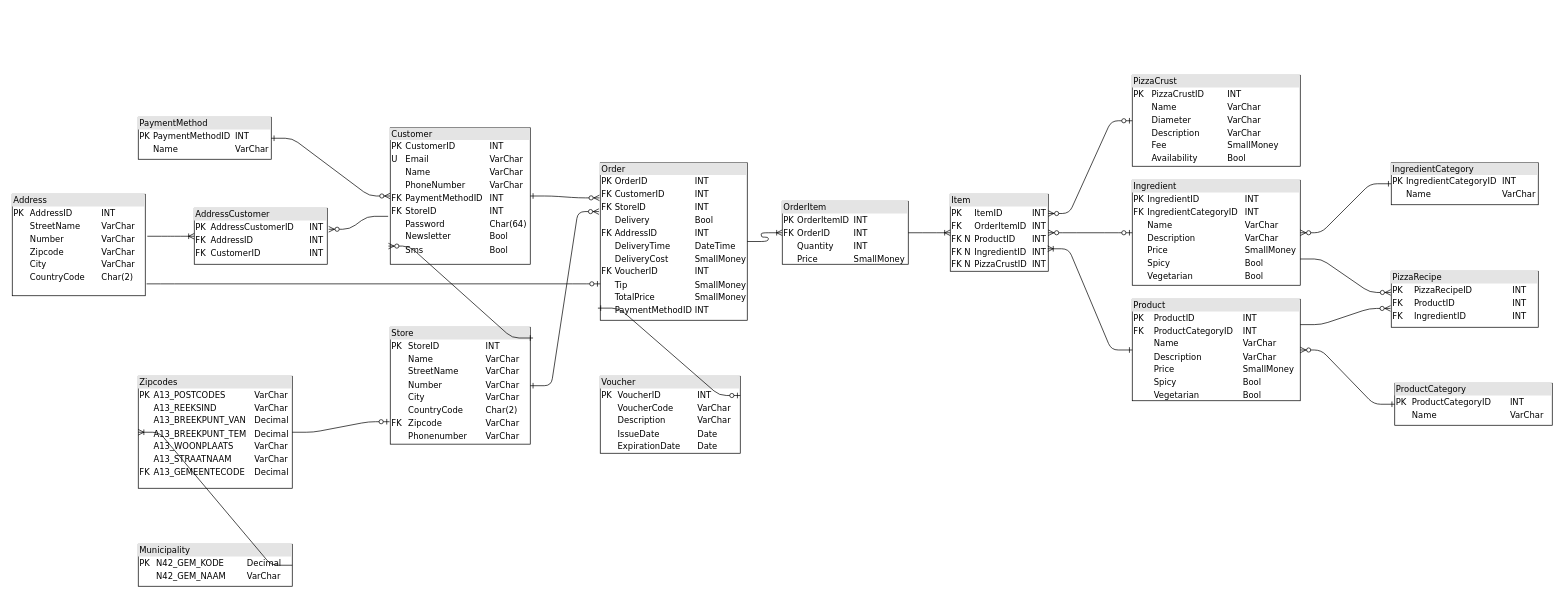
Before: DBO_huidige_situatie.drawio in SlatanEnLexSemester4/Mario-Pizza-Case, a draw.io diagram. Source tidied: cells renumbered, new cells numbered last; positions are measured from the earlier drawing's top-left corner, leaving out a move shared by most shapes. Both pictures are drawn from the tidied source at 70%, with x=0, y=0 at pixel (12, 75).
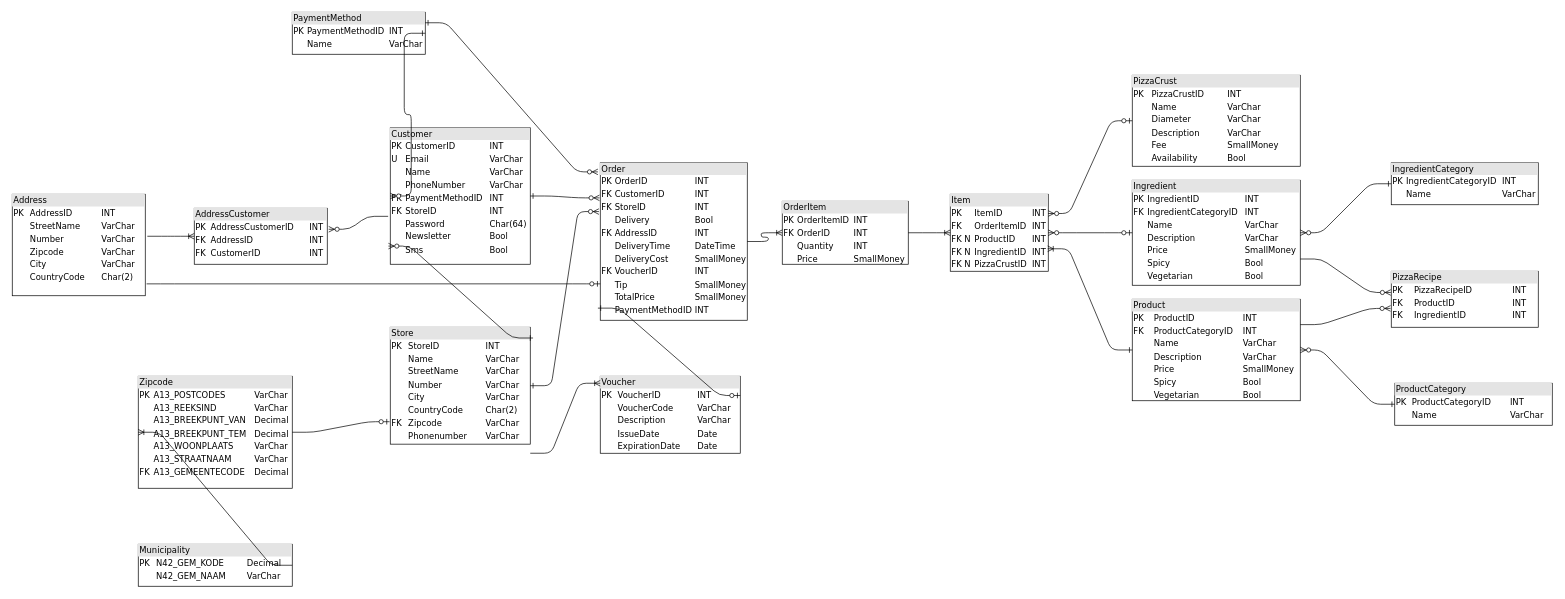
After the change.

The change refers to these unchanged cells:
```xml
<mxCell id="14" value="&lt;div style=&quot;box-sizing: border-box ; width: 100% ; background: #e4e4e4 ; padding: 2px&quot;&gt;Order&lt;br&gt;&lt;/div&gt;&lt;table style=&quot;width: 100% ; font-size: 1em&quot; cellspacing=&quot;0&quot; cellpadding=&quot;2&quot;&gt;&lt;tbody&gt;&lt;tr&gt;&lt;td&gt;PK&lt;/td&gt;&lt;td&gt;OrderID&lt;br&gt;&lt;/td&gt;&lt;td&gt;INT&lt;/td&gt;&lt;/tr&gt;&lt;tr&gt;&lt;td&gt;FK&lt;/td&gt;&lt;td&gt;CustomerID&lt;br&gt;&lt;/td&gt;&lt;td&gt;INT&lt;/td&gt;&lt;/tr&gt;&lt;tr&gt;&lt;td&gt;FK&lt;/td&gt;&lt;td&gt;StoreID&lt;/td&gt;&lt;td&gt;INT&lt;/td&gt;&lt;/tr&gt;&lt;tr&gt;&lt;td&gt;&lt;br&gt;&lt;/td&gt;&lt;td&gt;Delivery&lt;/td&gt;&lt;td&gt;Bool&lt;/td&gt;&lt;/tr&gt;&lt;tr&gt;&lt;td&gt;FK&lt;/td&gt;&lt;td&gt;AddressID&lt;/td&gt;&lt;td&gt;INT&lt;/td&gt;&lt;/tr&gt;&lt;tr&gt;&lt;td&gt;&lt;br&gt;&lt;/td&gt;&lt;td&gt;DeliveryTime&lt;/td&gt;&lt;td&gt;DateTime&lt;/td&gt;&lt;/tr&gt;&lt;tr&gt;&lt;td&gt;&lt;br&gt;&lt;/td&gt;&lt;td&gt;DeliveryCost&lt;/td&gt;&lt;td&gt;SmallMoney&lt;/td&gt;&lt;/tr&gt;&lt;tr&gt;&lt;td&gt;FK&lt;/td&gt;&lt;td&gt;VoucherID&lt;/td&gt;&lt;td&gt;INT&lt;/td&gt;&lt;/tr&gt;&lt;tr&gt;&lt;td&gt;&lt;br&gt;&lt;/td&gt;&lt;td&gt;Tip&lt;/td&gt;&lt;td&gt;SmallMoney&lt;br&gt;&lt;/td&gt;&lt;/tr&gt;&lt;tr&gt;&lt;td&gt;&lt;br&gt;&lt;/td&gt;&lt;td&gt;TotalPrice&lt;br&gt;&lt;/td&gt;&lt;td&gt;SmallMoney&lt;br&gt;&lt;/td&gt;&lt;/tr&gt;&lt;tr&gt;&lt;td&gt;&lt;br&gt;&lt;/td&gt;&lt;td&gt;PaymentMethodID&lt;/td&gt;&lt;td&gt;INT&lt;br&gt;&lt;/td&gt;&lt;/tr&gt;&lt;/tbody&gt;&lt;/table&gt;" style="verticalAlign=top;align=left;overflow=fill;html=1;rounded=0;shadow=0;comic=0;labelBackgroundColor=none;strokeWidth=1;fontFamily=Verdana;fontSize=12;" parent="1" vertex="1">
  <mxGeometry x="840" y="125" width="210" height="225" as="geometry" />
</mxCell>
```

Change to the diagram source:
```diff
@@
-    <mxCell id="6" value="&lt;div style=&quot;box-sizing: border-box ; width: 100% ; background: #e4e4e4 ; padding: 2px&quot;&gt;Zipcodes&lt;br&gt;&lt;/div&gt;&lt;table style=&quot;width: 100% ; font-size: 1em&quot; cellspacing=&quot;0&quot; cellpadding=&quot;2&quot;&gt;&lt;tbody&gt;&lt;tr&gt;&lt;td&gt;PK&lt;/td&gt;&lt;td&gt;A13_POSTCODES&lt;br&gt;&lt;/td&gt;&lt;td&gt;VarChar&lt;/td&gt;&lt;/tr&gt;&lt;tr&gt;&lt;td&gt;&lt;br&gt;&lt;/td&gt;&lt;td&gt;A13_REEKSIND&lt;br&gt;&lt;/td&gt;&lt;td&gt;VarChar&lt;br&gt;&lt;/td&gt;&lt;/tr&gt;&lt;tr&gt;&lt;td&gt;&lt;br&gt;&lt;/td&gt;&lt;td&gt;A13_BREEKPUNT_VAN&lt;br&gt;&lt;/td&gt;&lt;td&gt;Decimal&lt;br&gt;&lt;/td&gt;&lt;/tr&gt;&lt;tr&gt;&lt;td&gt;&lt;br&gt;&lt;/td&gt;&lt;td&gt;A13_BREEKPUNT_TEM&lt;br&gt;&lt;/td&gt;&lt;td&gt;Decimal&lt;br&gt;&lt;/td&gt;&lt;/tr&gt;&lt;tr&gt;&lt;td&gt;&lt;br&gt;&lt;/td&gt;&lt;td&gt;A13_WOONPLAATS&lt;br&gt;&lt;/td&gt;&lt;td&gt;VarChar&lt;br&gt;&lt;/td&gt;&lt;/tr&gt;&lt;tr&gt;&lt;td&gt;&lt;br&gt;&lt;/td&gt;&lt;td&gt;A13_STRAATNAAM&lt;br&gt;&lt;/td&gt;&lt;td&gt;VarChar&lt;br&gt;&lt;/td&gt;&lt;/tr&gt;&lt;tr&gt;&lt;td&gt;FK&lt;/td&gt;&lt;td&gt;A13_GEMEENTECODE&lt;br&gt;&lt;/td&gt;&lt;td&gt;Decimal&lt;/td&gt;&lt;/tr&gt;&lt;tr&gt;&lt;td&gt;&lt;br&gt;&lt;/td&gt;&lt;td&gt;&lt;br&gt;&lt;/td&gt;&lt;td&gt;&lt;br&gt;&lt;/td&gt;&lt;/tr&gt;&lt;tr&gt;&lt;td&gt;&lt;br&gt;&lt;/td&gt;&lt;td&gt;&lt;br&gt;&lt;/td&gt;&lt;td&gt;&lt;br&gt;&lt;/td&gt;&lt;/tr&gt;&lt;tr&gt;&lt;td&gt;&lt;br&gt;&lt;/td&gt;&lt;td&gt;&lt;br&gt;&lt;/td&gt;&lt;td&gt;&lt;br&gt;&lt;/td&gt;&lt;/tr&gt;&lt;tr&gt;&lt;td&gt;&lt;br&gt;&lt;/td&gt;&lt;td&gt;&lt;br&gt;&lt;/td&gt;&lt;td&gt;&lt;br&gt;&lt;/td&gt;&lt;/tr&gt;&lt;tr&gt;&lt;td&gt;&lt;br&gt;&lt;/td&gt;&lt;td&gt;&lt;br&gt;&lt;/td&gt;&lt;td&gt;&lt;br&gt;&lt;/td&gt;&lt;/tr&gt;&lt;/tbody&gt;&lt;/table&gt;" style="verticalAlign=top;align=left;overflow=fill;html=1;rounded=0;shadow=0;comic=0;labelBackgroundColor=none;strokeWidth=1;fontFamily=Verdana;fontSize=12;" parent="1" vertex="1">
+    <mxCell id="6" value="&lt;div style=&quot;box-sizing: border-box ; width: 100% ; background: #e4e4e4 ; padding: 2px&quot;&gt;Zipcode&lt;br&gt;&lt;/div&gt;&lt;table style=&quot;width: 100% ; font-size: 1em&quot; cellspacing=&quot;0&quot; cellpadding=&quot;2&quot;&gt;&lt;tbody&gt;&lt;tr&gt;&lt;td&gt;PK&lt;/td&gt;&lt;td&gt;A13_POSTCODES&lt;br&gt;&lt;/td&gt;&lt;td&gt;VarChar&lt;/td&gt;&lt;/tr&gt;&lt;tr&gt;&lt;td&gt;&lt;br&gt;&lt;/td&gt;&lt;td&gt;A13_REEKSIND&lt;br&gt;&lt;/td&gt;&lt;td&gt;VarChar&lt;br&gt;&lt;/td&gt;&lt;/tr&gt;&lt;tr&gt;&lt;td&gt;&lt;br&gt;&lt;/td&gt;&lt;td&gt;A13_BREEKPUNT_VAN&lt;br&gt;&lt;/td&gt;&lt;td&gt;Decimal&lt;br&gt;&lt;/td&gt;&lt;/tr&gt;&lt;tr&gt;&lt;td&gt;&lt;br&gt;&lt;/td&gt;&lt;td&gt;A13_BREEKPUNT_TEM&lt;br&gt;&lt;/td&gt;&lt;td&gt;Decimal&lt;br&gt;&lt;/td&gt;&lt;/tr&gt;&lt;tr&gt;&lt;td&gt;&lt;br&gt;&lt;/td&gt;&lt;td&gt;A13_WOONPLAATS&lt;br&gt;&lt;/td&gt;&lt;td&gt;VarChar&lt;br&gt;&lt;/td&gt;&lt;/tr&gt;&lt;tr&gt;&lt;td&gt;&lt;br&gt;&lt;/td&gt;&lt;td&gt;A13_STRAATNAAM&lt;br&gt;&lt;/td&gt;&lt;td&gt;VarChar&lt;br&gt;&lt;/td&gt;&lt;/tr&gt;&lt;tr&gt;&lt;td&gt;FK&lt;/td&gt;&lt;td&gt;A13_GEMEENTECODE&lt;br&gt;&lt;/td&gt;&lt;td&gt;Decimal&lt;/td&gt;&lt;/tr&gt;&lt;tr&gt;&lt;td&gt;&lt;br&gt;&lt;/td&gt;&lt;td&gt;&lt;br&gt;&lt;/td&gt;&lt;td&gt;&lt;br&gt;&lt;/td&gt;&lt;/tr&gt;&lt;tr&gt;&lt;td&gt;&lt;br&gt;&lt;/td&gt;&lt;td&gt;&lt;br&gt;&lt;/td&gt;&lt;td&gt;&lt;br&gt;&lt;/td&gt;&lt;/tr&gt;&lt;tr&gt;&lt;td&gt;&lt;br&gt;&lt;/td&gt;&lt;td&gt;&lt;br&gt;&lt;/td&gt;&lt;td&gt;&lt;br&gt;&lt;/td&gt;&lt;/tr&gt;&lt;tr&gt;&lt;td&gt;&lt;br&gt;&lt;/td&gt;&lt;td&gt;&lt;br&gt;&lt;/td&gt;&lt;td&gt;&lt;br&gt;&lt;/td&gt;&lt;/tr&gt;&lt;tr&gt;&lt;td&gt;&lt;br&gt;&lt;/td&gt;&lt;td&gt;&lt;br&gt;&lt;/td&gt;&lt;td&gt;&lt;br&gt;&lt;/td&gt;&lt;/tr&gt;&lt;/tbody&gt;&lt;/table&gt;" style="verticalAlign=top;align=left;overflow=fill;html=1;rounded=0;shadow=0;comic=0;labelBackgroundColor=none;strokeWidth=1;fontFamily=Verdana;fontSize=12;" parent="1" vertex="1">
       <mxGeometry x="180" y="430" width="220" height="160" as="geometry" />
     </mxCell>
@@
     <mxCell id="16" value="&lt;div style=&quot;box-sizing: border-box ; width: 100% ; background: #e4e4e4 ; padding: 2px&quot;&gt;PaymentMethod&lt;br&gt;&lt;/div&gt;&lt;table style=&quot;width: 100% ; font-size: 1em&quot; cellspacing=&quot;0&quot; cellpadding=&quot;2&quot;&gt;&lt;tbody&gt;&lt;tr&gt;&lt;td&gt;PK&lt;/td&gt;&lt;td&gt;PaymentMethodID&lt;br&gt;&lt;/td&gt;&lt;td&gt;INT&lt;/td&gt;&lt;/tr&gt;&lt;tr&gt;&lt;td&gt;&lt;br&gt;&lt;/td&gt;&lt;td&gt;Name&lt;br&gt;&lt;/td&gt;&lt;td&gt;VarChar&lt;/td&gt;&lt;/tr&gt;&lt;/tbody&gt;&lt;/table&gt;" style="verticalAlign=top;align=left;overflow=fill;html=1;rounded=0;shadow=0;comic=0;labelBackgroundColor=none;strokeWidth=1;fontFamily=Verdana;fontSize=12;" parent="1" vertex="1">
-      <mxGeometry x="180" y="60" width="190" height="60" as="geometry" />
+      <mxGeometry x="400" y="-90" width="190" height="60" as="geometry" />
     </mxCell>
@@
+    <mxCell id="41" style="edgeStyle=entityRelationEdgeStyle;fontSize=12;html=1;endArrow=ERoneToMany;" parent="1" edge="1">
+      <mxGeometry relative="1" as="geometry">
+        <mxPoint x="740" y="540" as="sourcePoint" />
+        <mxPoint x="840" y="440" as="targetPoint" />
+      </mxGeometry>
+    </mxCell>
+    <mxCell id="42" style="edgeStyle=entityRelationEdgeStyle;fontSize=12;html=1;endArrow=ERzeroToMany;endFill=1;exitX=1;exitY=0.25;exitDx=0;exitDy=0;startArrow=ERone;startFill=0;entryX=-0.016;entryY=0.058;entryDx=0;entryDy=0;entryPerimeter=0;" parent="1" edge="1" source="16" target="14">
+      <mxGeometry relative="1" as="geometry" />
+    </mxCell>
```
